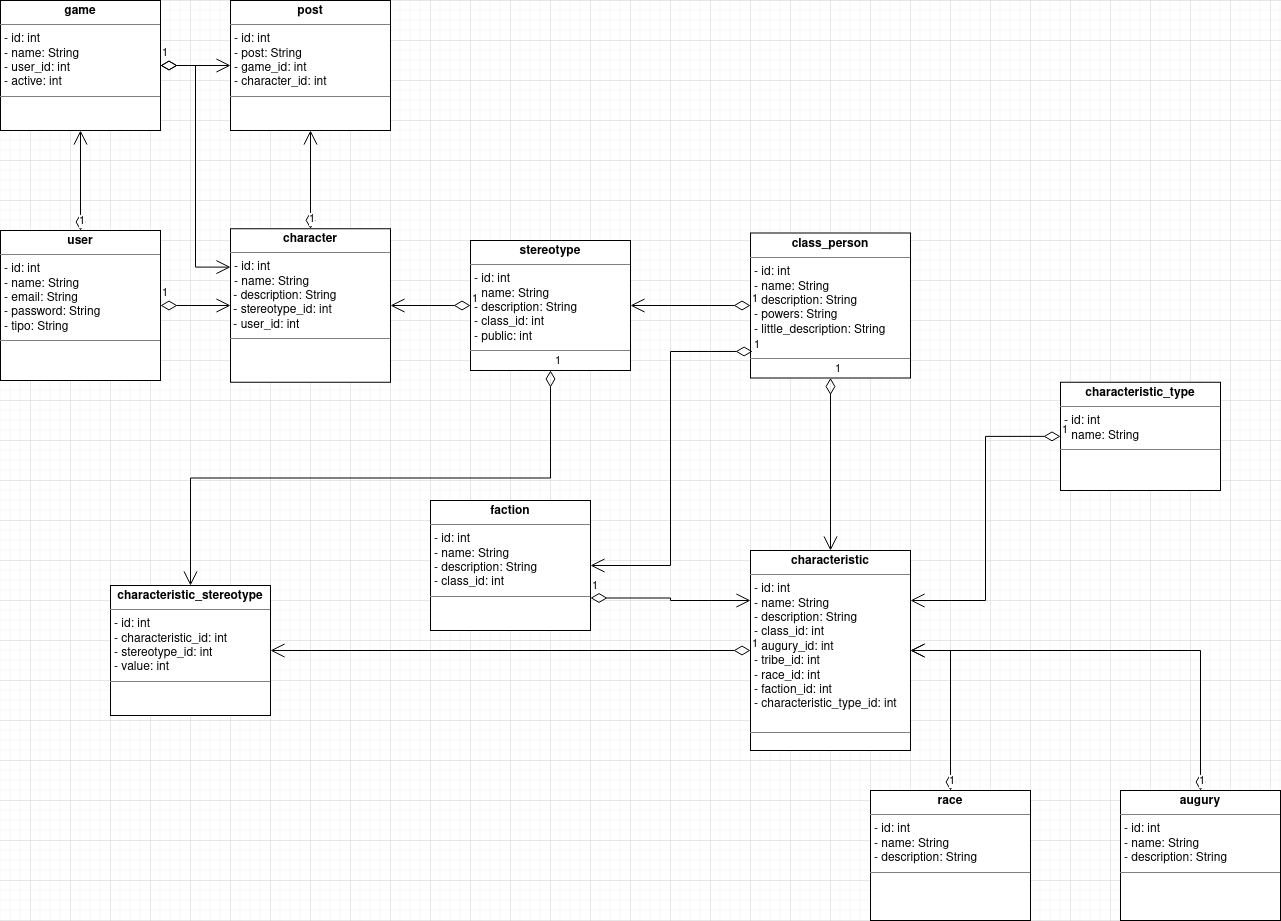
Above: diagrama_de_classes.drawio.png in fabriciodiasoliveira/mundo-sombrio-rpg (draw.io), before the change. Source tidied: cells renumbered, new cells last; positions are measured from the earlier drawing's top-left corner, leaving out a move shared by most shapes.
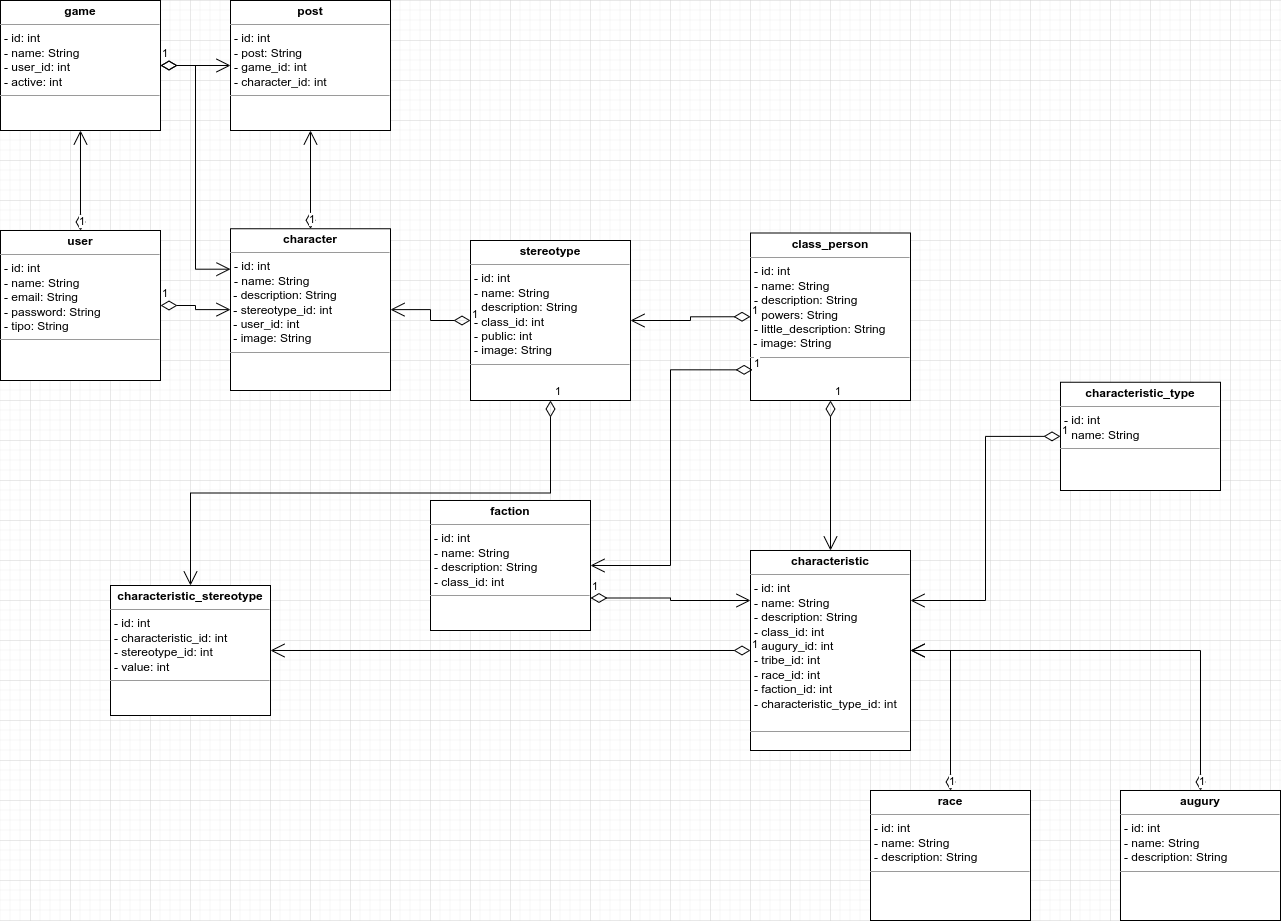
After the commit.

What changed in the source:
```diff
@@ -5,11 +5,11 @@
     <mxCell id="2" value="&lt;p style=&quot;margin:0px;margin-top:4px;text-align:center;&quot;&gt;&lt;b&gt;user&lt;/b&gt;&lt;/p&gt;&lt;hr size=&quot;1&quot;&gt;&lt;p style=&quot;margin:0px;margin-left:4px;&quot;&gt;- id: int&lt;/p&gt;&lt;p style=&quot;margin:0px;margin-left:4px;&quot;&gt;- name: String&lt;/p&gt;&lt;p style=&quot;margin:0px;margin-left:4px;&quot;&gt;- email: String&lt;/p&gt;&lt;p style=&quot;margin:0px;margin-left:4px;&quot;&gt;- password: String&lt;/p&gt;&lt;p style=&quot;margin:0px;margin-left:4px;&quot;&gt;- tipo: String&lt;br&gt;&lt;/p&gt;&lt;hr size=&quot;1&quot;&gt;&lt;p style=&quot;margin:0px;margin-left:4px;&quot;&gt;&lt;br&gt;&lt;/p&gt;" style="verticalAlign=top;align=left;overflow=fill;fontSize=12;fontFamily=Helvetica;html=1;" parent="1" vertex="1">
       <mxGeometry y="230" width="160" height="150" as="geometry" />
     </mxCell>
-    <mxCell id="3" value="&lt;p style=&quot;margin:0px;margin-top:4px;text-align:center;&quot;&gt;&lt;b&gt;stereotype&lt;/b&gt;&lt;br&gt;&lt;/p&gt;&lt;hr size=&quot;1&quot;&gt;&lt;p style=&quot;margin:0px;margin-left:4px;&quot;&gt;- id: int&lt;/p&gt;&lt;p style=&quot;margin:0px;margin-left:4px;&quot;&gt;- name: String&lt;/p&gt;&lt;p style=&quot;margin:0px;margin-left:4px;&quot;&gt;- description: String&lt;/p&gt;&lt;p style=&quot;margin:0px;margin-left:4px;&quot;&gt;- class_id: int&lt;/p&gt;&lt;p style=&quot;margin:0px;margin-left:4px;&quot;&gt;- public: int&lt;/p&gt;&lt;hr size=&quot;1&quot;&gt;&lt;p style=&quot;margin:0px;margin-left:4px;&quot;&gt;&lt;br&gt;&lt;/p&gt;" style="verticalAlign=top;align=left;overflow=fill;fontSize=12;fontFamily=Helvetica;html=1;" parent="1" vertex="1">
-      <mxGeometry x="470" y="240" width="160" height="130" as="geometry" />
+    <mxCell id="3" value="&lt;p style=&quot;margin:0px;margin-top:4px;text-align:center;&quot;&gt;&lt;b&gt;stereotype&lt;/b&gt;&lt;br&gt;&lt;/p&gt;&lt;hr size=&quot;1&quot;&gt;&lt;p style=&quot;margin:0px;margin-left:4px;&quot;&gt;- id: int&lt;/p&gt;&lt;p style=&quot;margin:0px;margin-left:4px;&quot;&gt;- name: String&lt;/p&gt;&lt;p style=&quot;margin:0px;margin-left:4px;&quot;&gt;- description: String&lt;/p&gt;&lt;p style=&quot;margin:0px;margin-left:4px;&quot;&gt;- class_id: int&lt;/p&gt;&lt;p style=&quot;margin:0px;margin-left:4px;&quot;&gt;- public: int&lt;/p&gt;&lt;p style=&quot;margin:0px;margin-left:4px;&quot;&gt;&lt;span style=&quot;background-color: initial;&quot;&gt;- image: String&lt;/span&gt;&lt;/p&gt;&lt;hr size=&quot;1&quot;&gt;&lt;p style=&quot;margin:0px;margin-left:4px;&quot;&gt;&lt;br&gt;&lt;/p&gt;" style="verticalAlign=top;align=left;overflow=fill;fontSize=12;fontFamily=Helvetica;html=1;" parent="1" vertex="1">
+      <mxGeometry x="470" y="240" width="160" height="160" as="geometry" />
     </mxCell>
-    <mxCell id="4" value="&lt;p style=&quot;margin:0px;margin-top:4px;text-align:center;&quot;&gt;&lt;b&gt;class_person&lt;/b&gt;&lt;/p&gt;&lt;hr size=&quot;1&quot;&gt;&lt;p style=&quot;margin:0px;margin-left:4px;&quot;&gt;- id: int&lt;/p&gt;&lt;p style=&quot;margin:0px;margin-left:4px;&quot;&gt;- name: String&lt;/p&gt;&lt;p style=&quot;margin:0px;margin-left:4px;&quot;&gt;- description: String&lt;/p&gt;&lt;p style=&quot;margin:0px;margin-left:4px;&quot;&gt;- powers: String&lt;/p&gt;&lt;p style=&quot;margin:0px;margin-left:4px;&quot;&gt;- little_description: String&lt;/p&gt;&lt;br&gt;&lt;hr size=&quot;1&quot;&gt;&lt;p style=&quot;margin:0px;margin-left:4px;&quot;&gt;&lt;br&gt;&lt;/p&gt;" style="verticalAlign=top;align=left;overflow=fill;fontSize=12;fontFamily=Helvetica;html=1;" parent="1" vertex="1">
-      <mxGeometry x="750" y="232.5" width="160" height="145" as="geometry" />
+    <mxCell id="4" value="&lt;p style=&quot;margin:0px;margin-top:4px;text-align:center;&quot;&gt;&lt;b&gt;class_person&lt;/b&gt;&lt;/p&gt;&lt;hr size=&quot;1&quot;&gt;&lt;p style=&quot;margin:0px;margin-left:4px;&quot;&gt;- id: int&lt;/p&gt;&lt;p style=&quot;margin:0px;margin-left:4px;&quot;&gt;- name: String&lt;/p&gt;&lt;p style=&quot;margin:0px;margin-left:4px;&quot;&gt;- description: String&lt;/p&gt;&lt;p style=&quot;margin:0px;margin-left:4px;&quot;&gt;- powers: String&lt;/p&gt;&lt;p style=&quot;margin:0px;margin-left:4px;&quot;&gt;- little_description: String&lt;/p&gt;&amp;nbsp;- image: String&lt;br&gt;&lt;hr size=&quot;1&quot;&gt;&lt;p style=&quot;margin:0px;margin-left:4px;&quot;&gt;&lt;br&gt;&lt;/p&gt;" style="verticalAlign=top;align=left;overflow=fill;fontSize=12;fontFamily=Helvetica;html=1;" parent="1" vertex="1">
+      <mxGeometry x="750" y="232.5" width="160" height="167.5" as="geometry" />
     </mxCell>
     <mxCell id="5" value="&lt;p style=&quot;margin:0px;margin-top:4px;text-align:center;&quot;&gt;&lt;b&gt;characteristic&lt;/b&gt;&lt;/p&gt;&lt;hr size=&quot;1&quot;&gt;&lt;p style=&quot;margin:0px;margin-left:4px;&quot;&gt;- id: int&lt;/p&gt;&lt;p style=&quot;margin:0px;margin-left:4px;&quot;&gt;- name: String&lt;/p&gt;&lt;p style=&quot;margin:0px;margin-left:4px;&quot;&gt;- description: String&lt;/p&gt;&lt;p style=&quot;margin:0px;margin-left:4px;&quot;&gt;- class_id: int&lt;/p&gt;&lt;p style=&quot;margin:0px;margin-left:4px;&quot;&gt;- augury_id: int&lt;/p&gt;&lt;p style=&quot;margin:0px;margin-left:4px;&quot;&gt;- tribe_id: int&lt;/p&gt;&lt;p style=&quot;margin:0px;margin-left:4px;&quot;&gt;- race_id: int&lt;/p&gt;&lt;p style=&quot;margin:0px;margin-left:4px;&quot;&gt;- faction_id: int&lt;/p&gt;&lt;p style=&quot;margin:0px;margin-left:4px;&quot;&gt;- characteristic_type_id: int&lt;/p&gt;&lt;br&gt;&lt;hr size=&quot;1&quot;&gt;&lt;p style=&quot;margin:0px;margin-left:4px;&quot;&gt;&lt;br&gt;&lt;/p&gt;" style="verticalAlign=top;align=left;overflow=fill;fontSize=12;fontFamily=Helvetica;html=1;" parent="1" vertex="1">
       <mxGeometry x="750" y="550" width="160" height="200" as="geometry" />
@@ -56,8 +56,8 @@
     <mxCell id="19" value="1" style="endArrow=open;html=1;endSize=12;startArrow=diamondThin;startSize=14;startFill=0;edgeStyle=orthogonalEdgeStyle;align=left;verticalAlign=bottom;rounded=0;entryX=1;entryY=0.5;entryDx=0;entryDy=0;exitX=0.5;exitY=0;exitDx=0;exitDy=0;" parent="1" edge="1" source="11" target="5">
       <mxGeometry x="-1" y="3" relative="1" as="geometry" />
     </mxCell>
-    <mxCell id="20" value="&lt;p style=&quot;margin:0px;margin-top:4px;text-align:center;&quot;&gt;&lt;b&gt;character&lt;/b&gt;&lt;/p&gt;&lt;hr size=&quot;1&quot;&gt;&lt;p style=&quot;margin:0px;margin-left:4px;&quot;&gt;- id: int&lt;/p&gt;&lt;p style=&quot;margin:0px;margin-left:4px;&quot;&gt;- name: String&lt;/p&gt;&lt;div&gt;&amp;nbsp;- description: String&lt;/div&gt;&lt;div&gt;&amp;nbsp;- stereotype_id: int&lt;/div&gt;&lt;div&gt;&amp;nbsp;- user_id: int&lt;/div&gt;&lt;hr size=&quot;1&quot;&gt;&lt;p style=&quot;margin:0px;margin-left:4px;&quot;&gt;&lt;br&gt;&lt;/p&gt;" style="verticalAlign=top;align=left;overflow=fill;fontSize=12;fontFamily=Helvetica;html=1;" parent="1" vertex="1">
-      <mxGeometry x="230" y="228.2" width="160" height="153.5" as="geometry" />
+    <mxCell id="20" value="&lt;p style=&quot;margin:0px;margin-top:4px;text-align:center;&quot;&gt;&lt;b&gt;character&lt;/b&gt;&lt;/p&gt;&lt;hr size=&quot;1&quot;&gt;&lt;p style=&quot;margin:0px;margin-left:4px;&quot;&gt;- id: int&lt;/p&gt;&lt;p style=&quot;margin:0px;margin-left:4px;&quot;&gt;- name: String&lt;/p&gt;&lt;div&gt;&amp;nbsp;- description: String&lt;/div&gt;&lt;div&gt;&amp;nbsp;- stereotype_id: int&lt;/div&gt;&lt;div&gt;&amp;nbsp;- user_id: int&lt;/div&gt;&lt;div&gt;&amp;nbsp;- image: String&lt;br&gt;&lt;/div&gt;&lt;hr size=&quot;1&quot;&gt;&lt;p style=&quot;margin:0px;margin-left:4px;&quot;&gt;&lt;br&gt;&lt;/p&gt;" style="verticalAlign=top;align=left;overflow=fill;fontSize=12;fontFamily=Helvetica;html=1;" parent="1" vertex="1">
+      <mxGeometry x="230" y="228.2" width="160" height="161.8" as="geometry" />
     </mxCell>
     <mxCell id="21" value="1" style="endArrow=open;html=1;endSize=12;startArrow=diamondThin;startSize=14;startFill=0;edgeStyle=orthogonalEdgeStyle;align=left;verticalAlign=bottom;rounded=0;entryX=0;entryY=0.5;entryDx=0;entryDy=0;" parent="1" edge="1" source="2" target="20">
       <mxGeometry x="-1" y="3" relative="1" as="geometry" />
```
